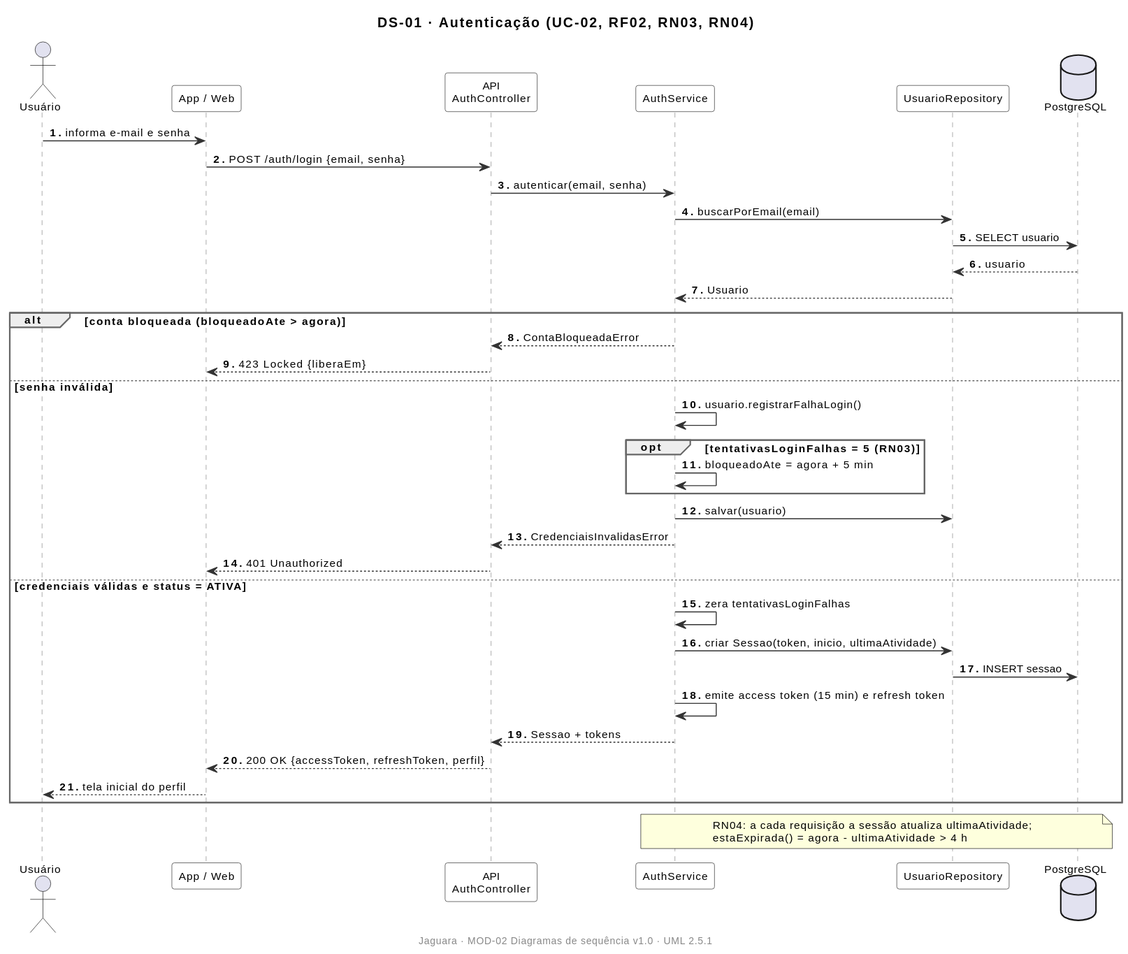
JaguaraPet/Jaguara_doc keeps this PlantUML diagram as docs/04-modelagem/diagramas-de-sequencia/img/DS-01-autenticacao.svg. Above is the earlier version.
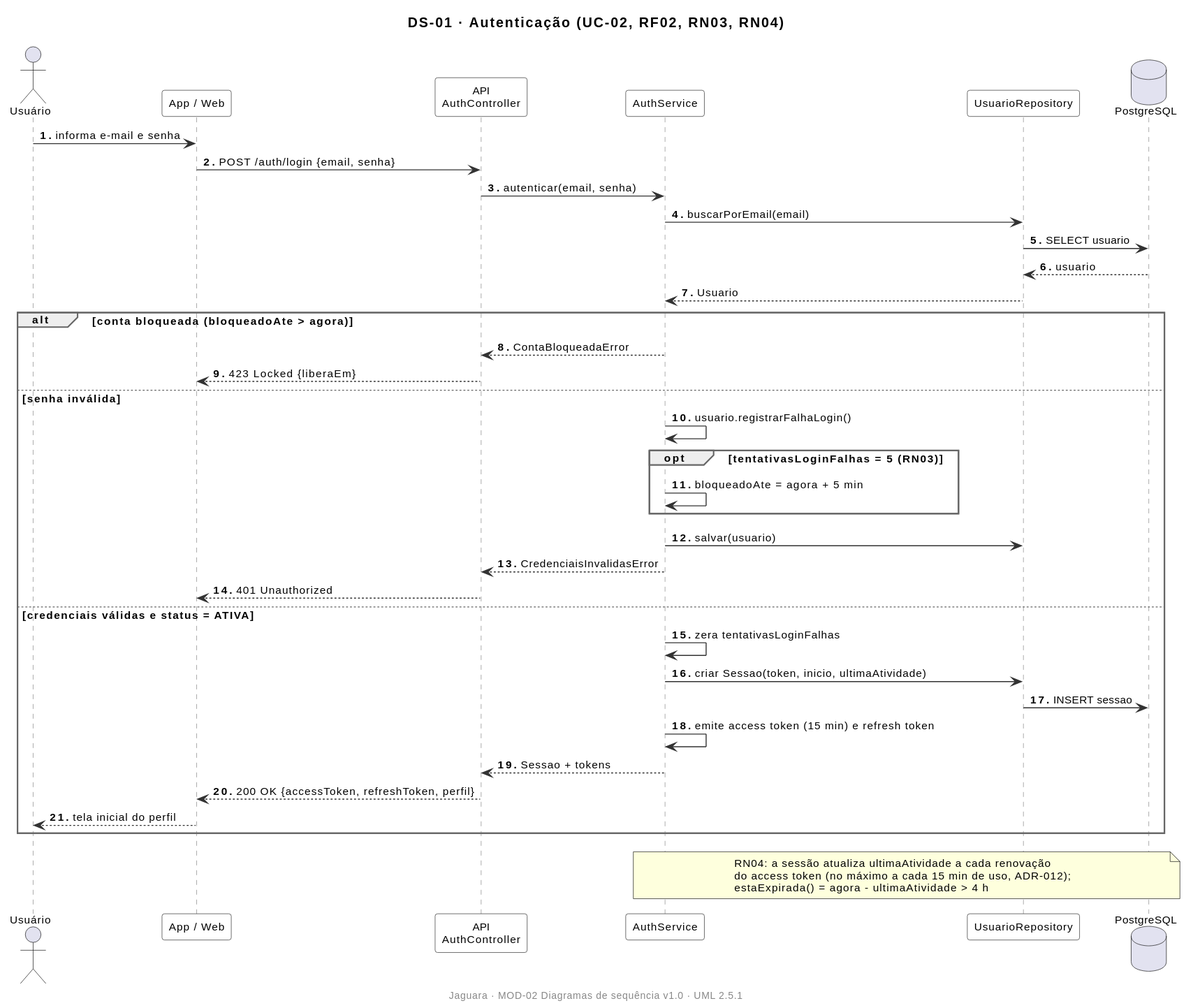
After the commit.

The edit, as a diff of the source:
```diff
@@ -1,5 +1,20 @@
 @startuml
-!include _estilo.iuml
+skinparam defaultFontName Arial
+skinparam defaultFontSize 11
+skinparam shadowing false
+skinparam backgroundColor white
+skinparam sequenceMessageAlign left
+skinparam responseMessageBelowArrow true
+skinparam sequence {
+  ParticipantBackgroundColor white
+  ParticipantBorderColor #333333
+  LifeLineBorderColor #888888
+  ArrowColor #333333
+  GroupBorderColor #666666
+}
+autonumber "<b>0."
+footer Jaguara · MOD-02 Diagramas de sequência v1.0 · UML 2.5.1
+
 title DS-01 · Autenticação (UC-02, RF02, RN03, RN04)
 
 actor Usuario as "Usuário"
@@ -38,7 +53,8 @@
 end
 
 note over Auth, DB
-  RN04: a cada requisição a sessão atualiza ultimaAtividade;
+  RN04: a sessão atualiza ultimaAtividade a cada renovação
+  do access token (no máximo a cada 15 min de uso, ADR-012);
   estaExpirada() = agora - ultimaAtividade > 4 h
 end note
 @enduml
```
